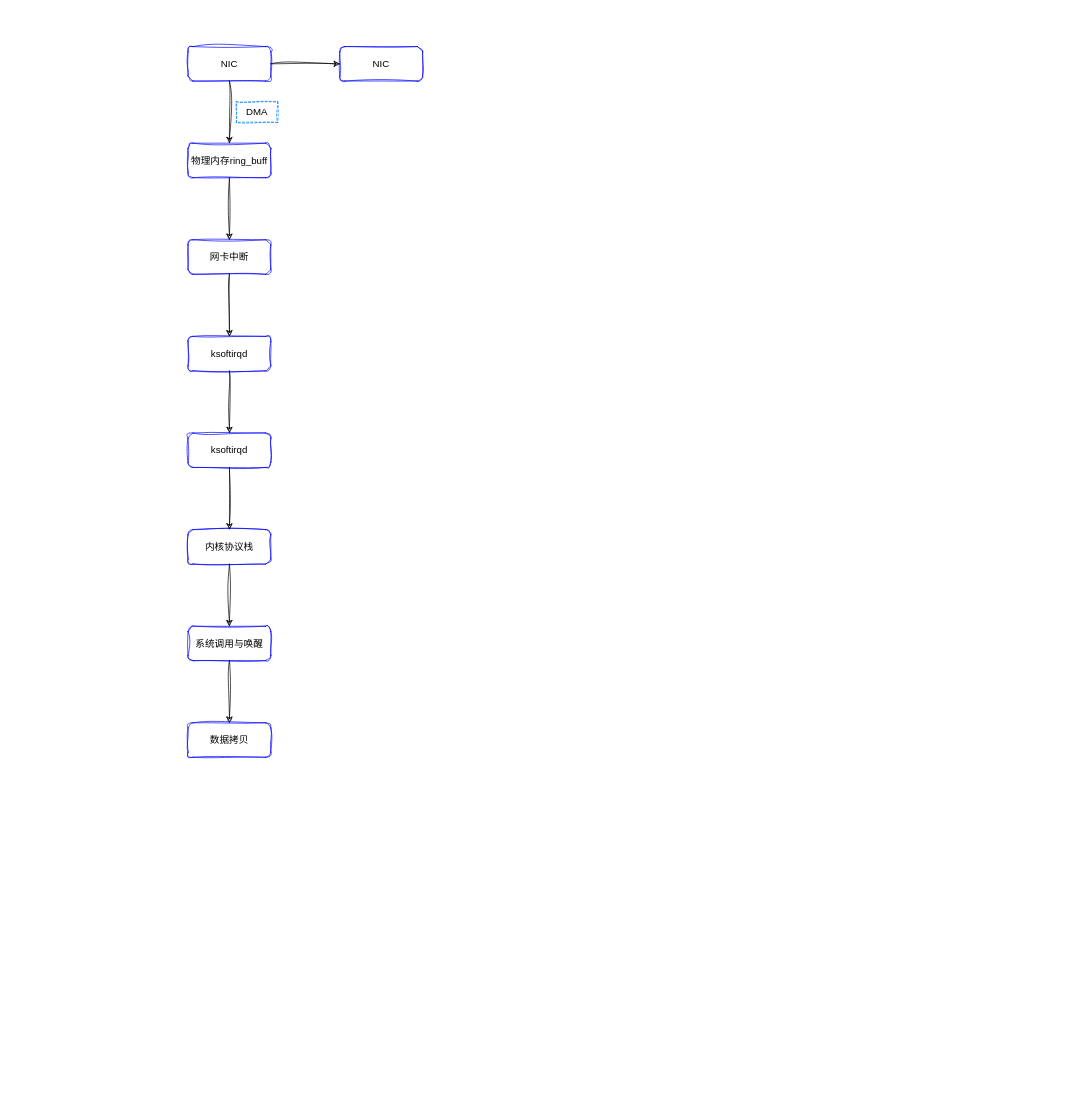
83566/draw keeps this draw.io diagram as socket通信路径.drawio. Above is the earlier version. Source tidied: cells renumbered, new cells numbered last; positions are measured from the earlier drawing's top-left corner, leaving out a move shared by most shapes. Both pictures are drawn from the tidied source at 69%, with x=0, y=0 at pixel (188, 46).
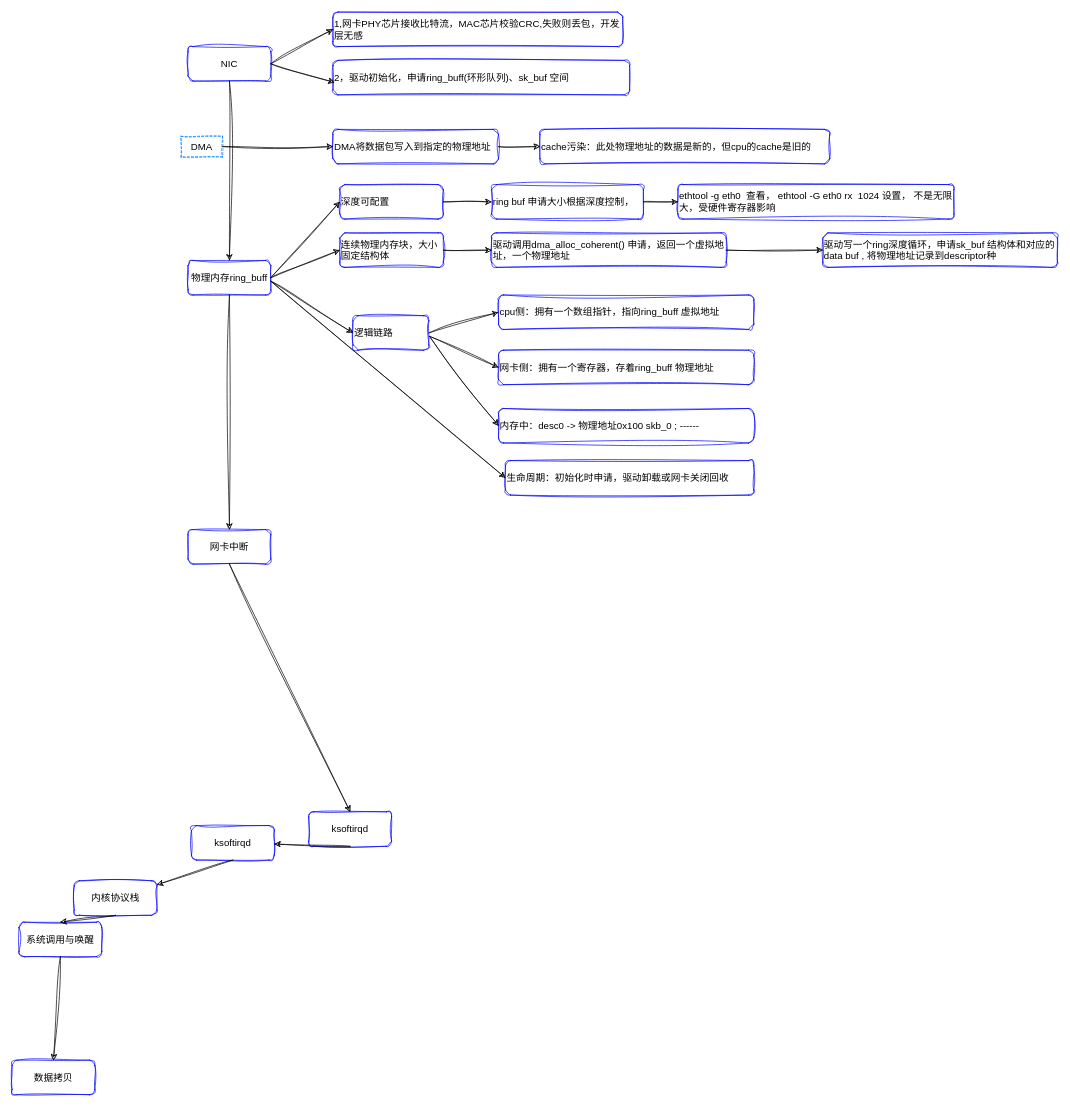
Above is the later version.

Commit message:
更新socket通信路径.drawio

The change refers to these unchanged cells:
```xml
<mxCell id="2" value="NIC" style="rounded=1;whiteSpace=wrap;html=1;sketch=1;curveFitting=1;jiggle=2;strokeColor=light-dark(#0000ff, #ededed);labelBorderColor=none;fontSize=14;" parent="1" vertex="1">
  <mxGeometry width="120" height="50" as="geometry" />
</mxCell>
```

What changed in the source:
```diff
@@
     <mxCell id="3" value="物理内存ring_buff" style="rounded=1;whiteSpace=wrap;html=1;sketch=1;curveFitting=1;jiggle=2;strokeColor=light-dark(#0000ff, #ededed);labelBorderColor=none;fontSize=14;" parent="1" vertex="1">
-      <mxGeometry y="140" width="120" height="50" as="geometry" />
+      <mxGeometry y="310" width="120" height="50" as="geometry" />
     </mxCell>
     <mxCell id="4" value="网卡中断" style="rounded=1;whiteSpace=wrap;html=1;sketch=1;curveFitting=1;jiggle=2;strokeColor=light-dark(#0000ff, #ededed);labelBorderColor=none;fontSize=14;" parent="1" vertex="1">
-      <mxGeometry y="280" width="120" height="50" as="geometry" />
+      <mxGeometry y="700" width="120" height="50" as="geometry" />
     </mxCell>
     <mxCell id="5" value="ksoftirqd" style="rounded=1;whiteSpace=wrap;html=1;sketch=1;curveFitting=1;jiggle=2;strokeColor=light-dark(#0000ff, #ededed);labelBorderColor=none;fontSize=14;" parent="1" vertex="1">
-      <mxGeometry y="420" width="120" height="50" as="geometry" />
+      <mxGeometry x="175" y="1109" width="120" height="50" as="geometry" />
     </mxCell>
     <mxCell id="6" value="ksoftirqd" style="rounded=1;whiteSpace=wrap;html=1;sketch=1;curveFitting=1;jiggle=2;strokeColor=light-dark(#0000ff, #ededed);labelBorderColor=none;fontSize=14;" parent="1" vertex="1">
-      <mxGeometry y="560" width="120" height="50" as="geometry" />
+      <mxGeometry x="5" y="1129" width="120" height="50" as="geometry" />
     </mxCell>
     <mxCell id="7" value="内核协议栈" style="rounded=1;whiteSpace=wrap;html=1;sketch=1;curveFitting=1;jiggle=2;strokeColor=light-dark(#0000ff, #ededed);labelBorderColor=none;fontSize=14;" parent="1" vertex="1">
-      <mxGeometry y="700" width="120" height="50" as="geometry" />
+      <mxGeometry x="-165" y="1209" width="120" height="50" as="geometry" />
     </mxCell>
     <mxCell id="8" value="系统调用与唤醒" style="rounded=1;whiteSpace=wrap;html=1;sketch=1;curveFitting=1;jiggle=2;strokeColor=light-dark(#0000ff, #ededed);labelBorderColor=none;fontSize=14;" parent="1" vertex="1">
-      <mxGeometry y="840" width="120" height="50" as="geometry" />
+      <mxGeometry x="-245" y="1269" width="120" height="50" as="geometry" />
     </mxCell>
     <mxCell id="9" value="数据拷贝" style="rounded=1;whiteSpace=wrap;html=1;sketch=1;curveFitting=1;jiggle=2;strokeColor=light-dark(#0000ff, #ededed);labelBorderColor=none;fontSize=14;" parent="1" vertex="1">
-      <mxGeometry y="980" width="120" height="50" as="geometry" />
+      <mxGeometry x="-255" y="1469" width="120" height="50" as="geometry" />
     </mxCell>
@@
-    <mxCell id="17" value="NIC" style="rounded=1;whiteSpace=wrap;html=1;sketch=1;curveFitting=1;jiggle=2;strokeColor=light-dark(#0000ff, #ededed);labelBorderColor=none;fontSize=14;" parent="1" vertex="1">
-      <mxGeometry x="220" width="120" height="50" as="geometry" />
+    <mxCell id="17" value="1,网卡PHY芯片接收比特流，MAC芯片校验CRC,失败则丢包，开发层无感" style="rounded=1;whiteSpace=wrap;html=1;sketch=1;curveFitting=1;jiggle=2;strokeColor=light-dark(#0000ff, #ededed);labelBorderColor=none;fontSize=14;align=left;" parent="1" vertex="1">
+      <mxGeometry x="210" y="-50" width="420" height="50" as="geometry" />
     </mxCell>
@@
     <mxCell id="19" value="DMA" style="text;html=1;whiteSpace=wrap;strokeColor=light-dark(#0080ff, #ededed);fillColor=none;align=center;verticalAlign=middle;rounded=0;sketch=1;curveFitting=1;jiggle=2;fontFamily=Helvetica;fontSize=14;fontColor=default;labelBorderColor=none;dashed=1;" parent="1" vertex="1">
-      <mxGeometry x="70" y="80" width="60" height="30" as="geometry" />
+      <mxGeometry x="-10" y="130" width="60" height="30" as="geometry" />
     </mxCell>
+    <mxCell id="20" value="2，驱动初始化，申请ring_buff(环形队列)、sk_buf 空间" style="rounded=1;whiteSpace=wrap;html=1;sketch=1;curveFitting=1;jiggle=2;strokeColor=light-dark(#0000ff, #ededed);labelBorderColor=none;fontSize=14;align=left;" parent="1" vertex="1">
+      <mxGeometry x="210" y="20" width="430" height="50" as="geometry" />
+    </mxCell>
+    <mxCell id="21" style="endArrow=classic;html=1;rounded=0;exitX=1;exitY=0.5;exitDx=0;exitDy=0;sketch=1;curveFitting=1;jiggle=2;entryX=0.005;entryY=0.64;entryDx=0;entryDy=0;entryPerimeter=0;" parent="1" edge="1" source="2" target="20">
+      <mxGeometry relative="1" as="geometry" />
+    </mxCell>
+    <mxCell id="22" value="DMA将数据包写入到指定的物理地址" style="rounded=1;whiteSpace=wrap;html=1;sketch=1;curveFitting=1;jiggle=2;strokeColor=light-dark(#0000ff, #ededed);labelBorderColor=none;fontSize=14;align=left;" parent="1" vertex="1">
+      <mxGeometry x="210" y="120" width="240" height="50" as="geometry" />
+    </mxCell>
+    <mxCell id="23" value="cache污染：此处物理地址的数据是新的，但cpu的cache是旧的" style="rounded=1;whiteSpace=wrap;html=1;sketch=1;curveFitting=1;jiggle=2;strokeColor=light-dark(#0000ff, #ededed);labelBorderColor=none;fontSize=14;align=left;" parent="1" vertex="1">
+      <mxGeometry x="510" y="120" width="420" height="50" as="geometry" />
+    </mxCell>
+    <mxCell id="24" style="endArrow=classic;html=1;rounded=0;exitX=1;exitY=0.5;exitDx=0;exitDy=0;sketch=1;curveFitting=1;jiggle=2;entryX=0;entryY=0.5;entryDx=0;entryDy=0;" parent="1" edge="1" source="19" target="22">
+      <mxGeometry relative="1" as="geometry" />
+    </mxCell>
+    <mxCell id="25" style="endArrow=classic;html=1;rounded=0;exitX=1;exitY=0.5;exitDx=0;exitDy=0;sketch=1;curveFitting=1;jiggle=2;entryX=0;entryY=0.5;entryDx=0;entryDy=0;" parent="1" edge="1" source="22" target="23">
+      <mxGeometry relative="1" as="geometry" />
+    </mxCell>
+    <mxCell id="26" value="深度可配置&amp;nbsp;" style="rounded=1;whiteSpace=wrap;html=1;sketch=1;curveFitting=1;jiggle=2;strokeColor=light-dark(#0000ff, #ededed);labelBorderColor=none;fontSize=14;align=left;" parent="1" vertex="1">
+      <mxGeometry x="220" y="200" width="150" height="50" as="geometry" />
+    </mxCell>
+    <mxCell id="27" value="连续物理内存块，大小固定结构体" style="rounded=1;whiteSpace=wrap;html=1;sketch=1;curveFitting=1;jiggle=2;strokeColor=light-dark(#0000ff, #ededed);labelBorderColor=none;fontSize=14;align=left;" parent="1" vertex="1">
+      <mxGeometry x="220" y="270" width="150" height="50" as="geometry" />
+    </mxCell>
+    <mxCell id="28" value="驱动调用dma_alloc_coherent() 申请，返回一个虚拟地址，一个物理地址" style="rounded=1;whiteSpace=wrap;html=1;sketch=1;curveFitting=1;jiggle=2;strokeColor=light-dark(#0000ff, #ededed);labelBorderColor=none;fontSize=14;align=left;" parent="1" vertex="1">
+      <mxGeometry x="440" y="270" width="340" height="50" as="geometry" />
+    </mxCell>
+    <mxCell id="29" value="驱动写一个ring深度循环，申请sk_buf 结构体和对应的data buf , 将物理地址记录到descriptor种" style="rounded=1;whiteSpace=wrap;html=1;sketch=1;curveFitting=1;jiggle=2;strokeColor=light-dark(#0000ff, #ededed);labelBorderColor=none;fontSize=14;align=left;" parent="1" vertex="1">
+      <mxGeometry x="920" y="270" width="340" height="50" as="geometry" />
+    </mxCell>
+    <mxCell id="30" value="逻辑链路" style="rounded=1;whiteSpace=wrap;html=1;sketch=1;curveFitting=1;jiggle=2;strokeColor=light-dark(#0000ff, #ededed);labelBorderColor=none;fontSize=14;align=left;" parent="1" vertex="1">
+      <mxGeometry x="239" y="390" width="110" height="50" as="geometry" />
+    </mxCell>
+    <mxCell id="31" value="cpu侧：拥有一个数组指针，指向ring_buff 虚拟地址" style="rounded=1;whiteSpace=wrap;html=1;sketch=1;curveFitting=1;jiggle=2;strokeColor=light-dark(#0000ff, #ededed);labelBorderColor=none;fontSize=14;align=left;" parent="1" vertex="1">
+      <mxGeometry x="450" y="360" width="370" height="50" as="geometry" />
+    </mxCell>
+    <mxCell id="32" value="网卡侧：拥有一个寄存器，存着ring_buff 物理地址" style="rounded=1;whiteSpace=wrap;html=1;sketch=1;curveFitting=1;jiggle=2;strokeColor=light-dark(#0000ff, #ededed);labelBorderColor=none;fontSize=14;align=left;" parent="1" vertex="1">
+      <mxGeometry x="450" y="440" width="370" height="50" as="geometry" />
+    </mxCell>
+    <mxCell id="33" value="内存中：desc0 -&amp;gt; 物理地址0x100 skb_0 ; ------" style="rounded=1;whiteSpace=wrap;html=1;sketch=1;curveFitting=1;jiggle=2;strokeColor=light-dark(#0000ff, #ededed);labelBorderColor=none;fontSize=14;align=left;" parent="1" vertex="1">
+      <mxGeometry x="450" y="524.5" width="370" height="50" as="geometry" />
+    </mxCell>
+    <mxCell id="34" value="ring buf 申请大小根据深度控制，" style="rounded=1;whiteSpace=wrap;html=1;sketch=1;curveFitting=1;jiggle=2;strokeColor=light-dark(#0000ff, #ededed);labelBorderColor=none;fontSize=14;align=left;" parent="1" vertex="1">
+      <mxGeometry x="440" y="200" width="220" height="50" as="geometry" />
+    </mxCell>
+    <mxCell id="35" value="ethtool -g eth0&amp;nbsp; 查看， ethtool -G eth0 rx&amp;nbsp; 1024 设置， 不是无限大，受硬件寄存器影响" style="rounded=1;whiteSpace=wrap;html=1;sketch=1;curveFitting=1;jiggle=2;strokeColor=light-dark(#0000ff, #ededed);labelBorderColor=none;fontSize=14;align=left;" parent="1" vertex="1">
+      <mxGeometry x="710" y="200" width="400" height="50" as="geometry" />
+    </mxCell>
+    <mxCell id="36" style="endArrow=classic;html=1;rounded=0;exitX=1;exitY=0.5;exitDx=0;exitDy=0;sketch=1;curveFitting=1;jiggle=2;entryX=0;entryY=0.5;entryDx=0;entryDy=0;" parent="1" edge="1" source="3" target="26">
+      <mxGeometry relative="1" as="geometry" />
+    </mxCell>
+    <mxCell id="37" style="endArrow=classic;html=1;rounded=0;exitX=1;exitY=0.5;exitDx=0;exitDy=0;sketch=1;curveFitting=1;jiggle=2;entryX=0;entryY=0.5;entryDx=0;entryDy=0;" parent="1" edge="1" source="3" target="27">
+      <mxGeometry relative="1" as="geometry" />
+    </mxCell>
+    <mxCell id="38" style="endArrow=classic;html=1;rounded=0;sketch=1;curveFitting=1;jiggle=2;entryX=0;entryY=0.5;entryDx=0;entryDy=0;" parent="1" edge="1" target="30">
+      <mxGeometry relative="1" as="geometry">
+        <mxPoint x="120" y="340" as="sourcePoint" />
+      </mxGeometry>
+    </mxCell>
+    <mxCell id="39" style="endArrow=classic;html=1;rounded=0;exitX=1;exitY=0.5;exitDx=0;exitDy=0;sketch=1;curveFitting=1;jiggle=2;entryX=0;entryY=0.5;entryDx=0;entryDy=0;" parent="1" edge="1" source="26" target="34">
+      <mxGeometry relative="1" as="geometry" />
+    </mxCell>
+    <mxCell id="40" style="endArrow=classic;html=1;rounded=0;exitX=1;exitY=0.5;exitDx=0;exitDy=0;sketch=1;curveFitting=1;jiggle=2;" parent="1" edge="1" source="34" target="35">
+      <mxGeometry relative="1" as="geometry" />
+    </mxCell>
+    <mxCell id="41" style="endArrow=classic;html=1;rounded=0;exitX=1;exitY=0.5;exitDx=0;exitDy=0;sketch=1;curveFitting=1;jiggle=2;entryX=0;entryY=0.5;entryDx=0;entryDy=0;" parent="1" edge="1" source="27" target="28">
+      <mxGeometry relative="1" as="geometry" />
+    </mxCell>
+    <mxCell id="42" style="endArrow=classic;html=1;rounded=0;exitX=1;exitY=0.5;exitDx=0;exitDy=0;sketch=1;curveFitting=1;jiggle=2;" parent="1" edge="1" source="28" target="29">
+      <mxGeometry relative="1" as="geometry" />
+    </mxCell>
+    <mxCell id="43" style="endArrow=classic;html=1;rounded=0;exitX=1;exitY=0.5;exitDx=0;exitDy=0;sketch=1;curveFitting=1;jiggle=2;entryX=0;entryY=0.5;entryDx=0;entryDy=0;" parent="1" edge="1" source="30" target="31">
+      <mxGeometry relative="1" as="geometry" />
+    </mxCell>
+    <mxCell id="44" style="endArrow=classic;html=1;rounded=0;sketch=1;curveFitting=1;jiggle=2;entryX=0;entryY=0.5;entryDx=0;entryDy=0;" parent="1" edge="1" target="32">
+      <mxGeometry relative="1" as="geometry">
+        <mxPoint x="350" y="420" as="sourcePoint" />
+      </mxGeometry>
+    </mxCell>
+    <mxCell id="45" style="endArrow=classic;html=1;rounded=0;sketch=1;curveFitting=1;jiggle=2;entryX=0;entryY=0.5;entryDx=0;entryDy=0;" parent="1" edge="1" target="33">
+      <mxGeometry relative="1" as="geometry">
+        <mxPoint x="350" y="420" as="sourcePoint" />
+      </mxGeometry>
+    </mxCell>
+    <mxCell id="46" value="生命周期：初始化时申请，驱动卸载或网卡关闭回收" style="rounded=1;whiteSpace=wrap;html=1;sketch=1;curveFitting=1;jiggle=2;strokeColor=light-dark(#0000ff, #ededed);labelBorderColor=none;fontSize=14;align=left;" parent="1" vertex="1">
+      <mxGeometry x="460" y="600" width="360" height="50" as="geometry" />
+    </mxCell>
+    <mxCell id="47" style="endArrow=classic;html=1;rounded=0;sketch=1;curveFitting=1;jiggle=2;entryX=0;entryY=0.5;entryDx=0;entryDy=0;" parent="1" edge="1" target="46">
+      <mxGeometry relative="1" as="geometry">
+        <mxPoint x="120" y="340" as="sourcePoint" />
+      </mxGeometry>
+    </mxCell>
```
